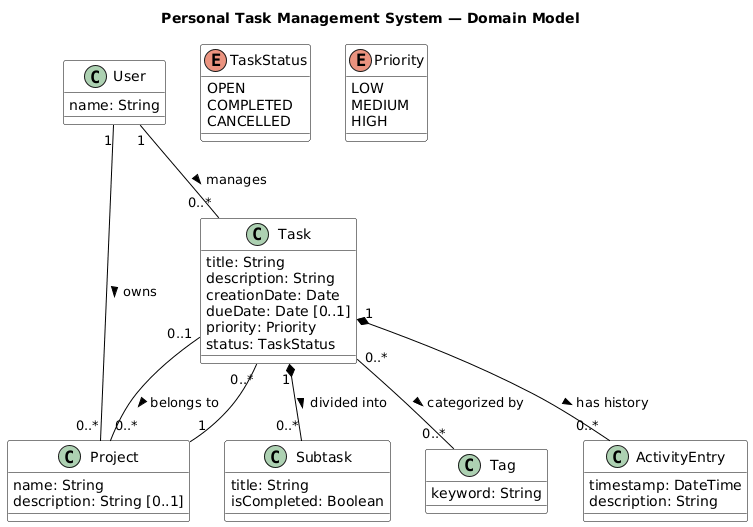
Before: docs/domain_model.png, a diagram exported from PlantUML (kenko-l/SOEN342Project).
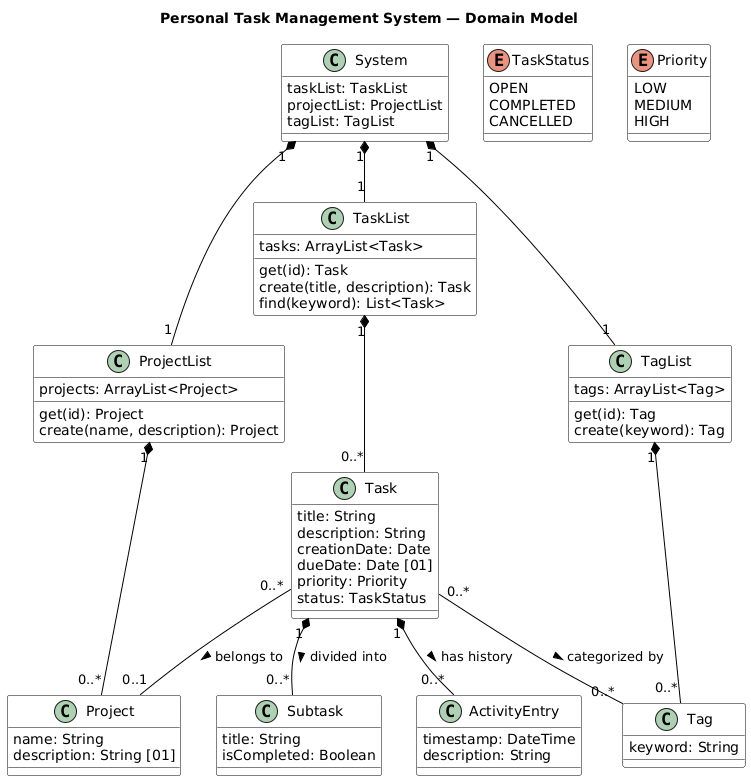
Later version of the same file.

Diff of the diagram source:
```diff
@@ -8,8 +8,29 @@
   ArrowColor Black
 }
 
-class User {
-  name: String
+class System {
+  taskList: TaskList
+  projectList: ProjectList
+  tagList: TagList
+}
+
+class TaskList {
+  tasks: ArrayList<Task>
+  get(id): Task
+  create(title, description): Task
+  find(keyword): List<Task>
+}
+
+class ProjectList {
+  projects: ArrayList<Project>
+  get(id): Project
+  create(name, description): Project
+}
+
+class TagList {
+  tags: ArrayList<Tag>
+  get(id): Tag
+  create(keyword): Tag
 }
 
 class Task {
@@ -52,16 +73,16 @@
   description: String
 }
 
+System "1" *-- "1" TaskList
+System "1" *-- "1" ProjectList
+System "1" *-- "1" TagList
 
-User "1" -- "0..*" Task       : manages >
-User "1" -- "0..*" Project    : owns >
+TaskList    "1" *-- "0..*" Task
+ProjectList "1" *-- "0..*" Project
+TagList     "1" *-- "0..*" Tag
 
-Project "1" -- "0..*" Task
-Task "0..1" -- "0..*" Project : belongs to >
-
-Task "1" *-- "0..*" Subtask   : divided into >
-
-Task "0..*" -- "0..*" Tag     : categorized by >
-
-Task "1" *-- "0..*" ActivityEntry : has history >
+Task "0..*" -- "0..1" Project     : belongs to >
+Task "1"    *-- "0..*" Subtask    : divided into >
+Task "0..*" -- "0..*" Tag         : categorized by >
+Task "1"    *-- "0..*" ActivityEntry : has history >
 @enduml
```
